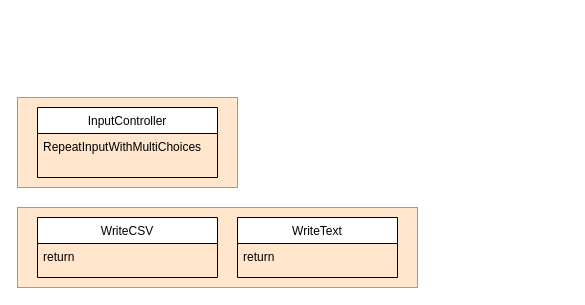
landmaster135/pyclone-tornado keeps this draw.io diagram as page "03_TextEditor" (4 of 7) of LandmasterLibrary/_Module_Diagram.drawio. Above is the earlier version. Source tidied: cells renumbered, new cells numbered last; positions are measured from the earlier drawing's top-left corner, leaving out a move shared by most shapes. Both pictures are drawn from the tidied source at 100%, with x=0, y=0 at pixel (17, 97).
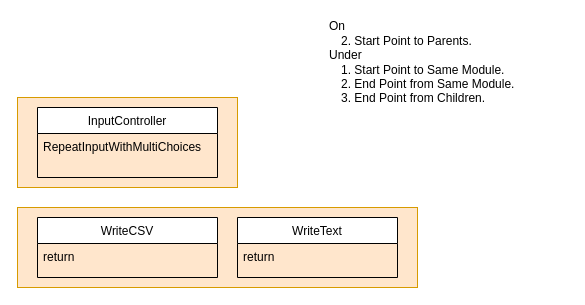
Above is the later version.

The edit, as a diff of the source:
```diff
@@
 <mxGraphModel>
   <root>
     <mxCell id="0" />
     <mxCell id="1" parent="0" />
     <mxCell id="2" style="rounded=0;whiteSpace=wrap;html=1;fillColor=#ffe6cc;strokeColor=#d79b00;" parent="1" vertex="1">
       <mxGeometry width="220" height="90" as="geometry" />
     </mxCell>
     <mxCell id="3" style="rounded=0;whiteSpace=wrap;html=1;fillColor=#ffe6cc;strokeColor=#d79b00;" parent="1" vertex="1">
       <mxGeometry y="110" width="400" height="80" as="geometry" />
     </mxCell>
     <mxCell id="4" value="WriteCSV" style="swimlane;fontStyle=0;align=center;verticalAlign=top;horizontal=1;startSize=26;rounded=0;shadow=0;strokeWidth=1;" parent="1" vertex="1">
       <mxGeometry x="20" y="120" width="180" height="60" as="geometry" />
     </mxCell>
     <mxCell id="5" value="return" style="text;align=left;verticalAlign=top;spacingLeft=4;spacingRight=4;overflow=hidden;" parent="4" vertex="1">
       <mxGeometry y="26" width="180" height="26" as="geometry" />
     </mxCell>
     <mxCell id="6" value="InputController" style="swimlane;fontStyle=0;align=center;verticalAlign=top;horizontal=1;startSize=26;rounded=0;shadow=0;strokeWidth=1;" parent="1" vertex="1">
       <mxGeometry x="20" y="10" width="180" height="70" as="geometry" />
     </mxCell>
     <mxCell id="7" value="RepeatInputWithMultiChoices" style="text;align=left;verticalAlign=top;spacingLeft=4;spacingRight=4;overflow=hidden;" parent="6" vertex="1">
       <mxGeometry y="26" width="180" height="26" as="geometry" />
     </mxCell>
     <mxCell id="8" value="WriteText" style="swimlane;fontStyle=0;align=center;verticalAlign=top;horizontal=1;startSize=26;rounded=0;shadow=0;strokeWidth=1;" parent="1" vertex="1">
       <mxGeometry x="220" y="120" width="160" height="60" as="geometry" />
     </mxCell>
     <mxCell id="9" value="return" style="text;align=left;verticalAlign=top;spacingLeft=4;spacingRight=4;overflow=hidden;rounded=0;shadow=0;html=0;" parent="8" vertex="1">
       <mxGeometry y="26" width="160" height="26" as="geometry" />
     </mxCell>
+    <mxCell id="10" value="On&lt;br&gt;　2. Start Point to Parents.&lt;br&gt;Under&lt;br&gt;　1. Start Point to Same Module.&lt;br&gt;　2. End Point from Same Module.&lt;br&gt;　3. End Point from Children." style="text;html=1;strokeColor=none;fillColor=none;align=left;verticalAlign=middle;whiteSpace=wrap;rounded=0;" parent="1" vertex="1">
+      <mxGeometry x="310" y="-80" width="240" height="90" as="geometry" />
+    </mxCell>
   </root>
 </mxGraphModel>
```
